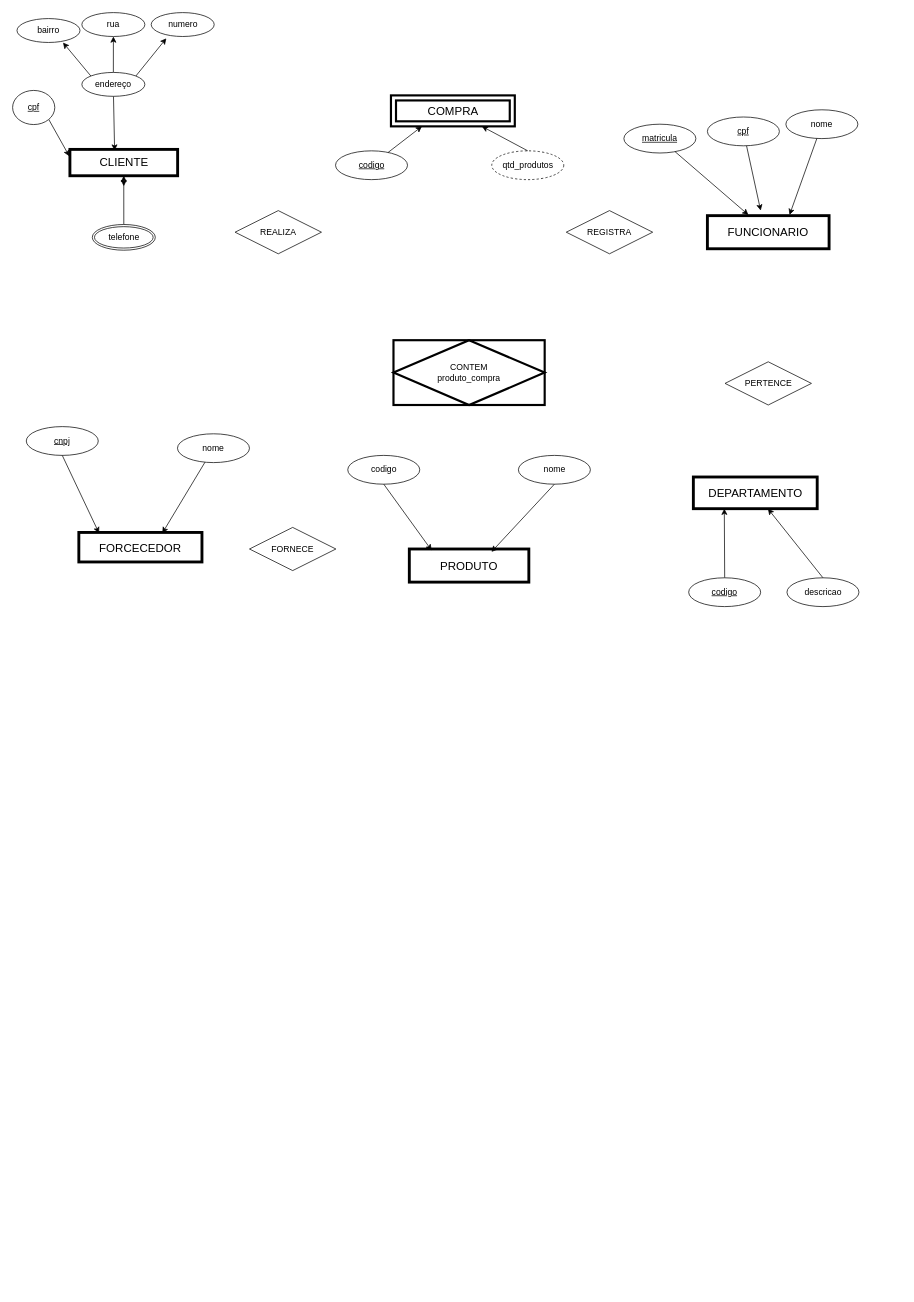
Before: primeiro.drawio in RaquelFranco1/SUA-IDADE, a draw.io diagram. Source tidied: cells renumbered, new cells numbered last; positions are measured from the earlier drawing's top-left corner, leaving out a move shared by most shapes. Both pictures are drawn from the tidied source at 72%, with x=0, y=0 at pixel (12, 12).
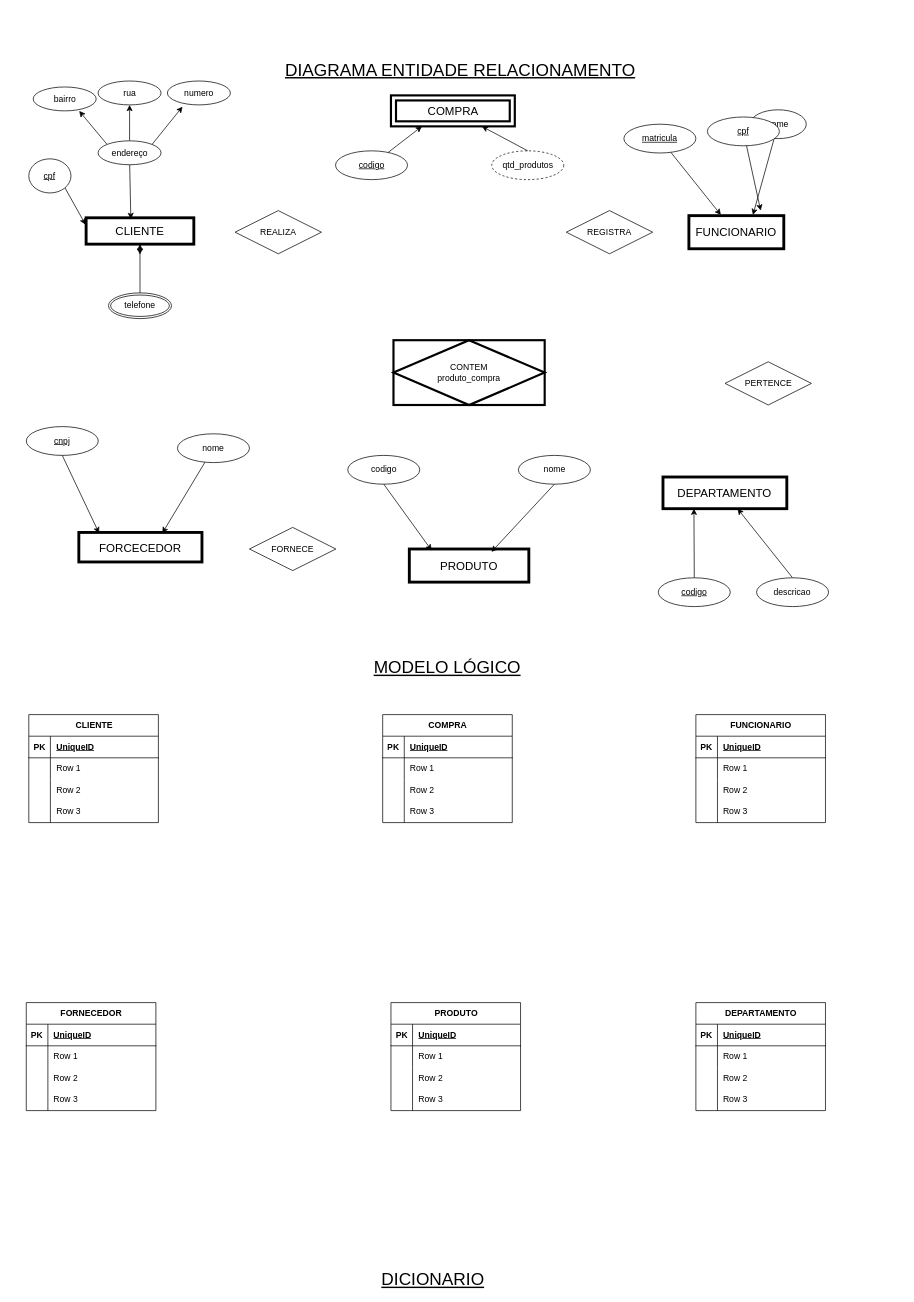
The same page after the edit.

What changed in the source:
```diff
@@
     <mxCell id="3" style="group;" parent="1" vertex="1">
-      <mxGeometry width="306.5" height="330" as="geometry" />
+      <mxGeometry x="22.5" y="95" width="306.5" height="330" as="geometry" />
     </mxCell>
@@
     <mxCell id="30" style="group;" parent="1" vertex="1">
-      <mxGeometry x="939" y="167" width="295" height="276" as="geometry" />
+      <mxGeometry x="919" y="167" width="230" height="276" as="geometry" />
     </mxCell>
     <mxCell id="31" value="FUNCIONARIO" style="whiteSpace=wrap;html=1;align=center;fontSize=16;strokeWidth=4;" parent="30" vertex="1">
-      <mxGeometry x="26" y="115" width="169" height="46" as="geometry" />
+      <mxGeometry x="20.3" y="115" width="131.8" height="46" as="geometry" />
     </mxCell>
     <mxCell id="32" value="nome" style="ellipse;whiteSpace=wrap;html=1;align=center;" parent="30" vertex="1">
-      <mxGeometry x="135" y="-32" width="100" height="40" as="geometry" />
+      <mxGeometry x="105.3" y="-32" width="78" height="40" as="geometry" />
     </mxCell>
@@
     <mxCell id="40" style="group;" parent="1" vertex="1">
-      <mxGeometry x="939" y="625" width="236.5" height="200" as="geometry" />
+      <mxGeometry x="896.8" y="625" width="236.5" height="200" as="geometry" />
     </mxCell>
@@
+    <mxCell id="54" value="&lt;font style=&quot;vertical-align: inherit; font-size: 24px;&quot;&gt;&lt;font style=&quot;vertical-align: inherit; font-size: 24px;&quot;&gt;DIAGRAMA ENTIDADE RELACIONAMENTO&lt;/font&gt;&lt;/font&gt;" style="text;html=1;strokeColor=none;fillColor=none;align=center;verticalAlign=middle;whiteSpace=wrap;rounded=0;fontSize=24;fontStyle=4;" parent="1" vertex="1">
+      <mxGeometry x="346.8" y="65" width="550" height="30" as="geometry" />
+    </mxCell>
+    <mxCell id="55" value="&lt;font style=&quot;vertical-align: inherit; font-size: 24px;&quot;&gt;&lt;font style=&quot;vertical-align: inherit; font-size: 24px;&quot;&gt;MODELO LÓGICO&lt;/font&gt;&lt;/font&gt;" style="text;html=1;strokeColor=none;fillColor=none;align=center;verticalAlign=middle;whiteSpace=wrap;rounded=0;fontSize=24;fontStyle=4;" parent="1" vertex="1">
+      <mxGeometry x="329" y="895" width="550" height="30" as="geometry" />
+    </mxCell>
+    <mxCell id="56" value="&lt;font style=&quot;vertical-align: inherit; font-size: 24px;&quot;&gt;&lt;font style=&quot;vertical-align: inherit; font-size: 24px;&quot;&gt;DICIONARIO&lt;/font&gt;&lt;/font&gt;" style="text;html=1;strokeColor=none;fillColor=none;align=center;verticalAlign=middle;whiteSpace=wrap;rounded=0;fontSize=24;fontStyle=4;" parent="1" vertex="1">
+      <mxGeometry x="309" y="1745" width="550" height="30" as="geometry" />
+    </mxCell>
+    <mxCell id="57" value="COMPRA" style="shape=table;startSize=30;childLayout=tableLayout;rowLines=0;fontStyle=1;align=center;html=1;" parent="1" vertex="1">
+      <mxGeometry x="514" y="975" width="180" height="150" as="geometry" />
+    </mxCell>
+    <mxCell id="58" style="shape=tableRow;horizontal=0;startSize=0;swimlaneHead=0;swimlaneBody=0;fillColor=none;top=0;left=0;right=0;bottom=1;" parent="57" vertex="1">
+      <mxGeometry y="30" width="180" height="30" as="geometry" />
+    </mxCell>
+    <mxCell id="59" value="PK" style="shape=partialRectangle;fillColor=none;top=0;left=0;bottom=0;right=0;fontStyle=1;overflow=hidden;whiteSpace=wrap;html=1;" parent="58" vertex="1">
+      <mxGeometry width="30" height="30" as="geometry" />
+    </mxCell>
+    <mxCell id="60" value="UniqueID" style="shape=partialRectangle;fillColor=none;top=0;left=0;bottom=0;right=0;align=left;spacingLeft=6;fontStyle=5;overflow=hidden;whiteSpace=wrap;html=1;" parent="58" vertex="1">
+      <mxGeometry x="30" width="150" height="30" as="geometry" />
+    </mxCell>
+    <mxCell id="61" style="shape=tableRow;horizontal=0;startSize=0;swimlaneHead=0;swimlaneBody=0;fillColor=none;top=0;left=0;right=0;bottom=0;" parent="57" vertex="1">
+      <mxGeometry y="60" width="180" height="30" as="geometry" />
+    </mxCell>
+    <mxCell id="62" style="shape=partialRectangle;fillColor=none;top=0;left=0;bottom=0;right=0;overflow=hidden;whiteSpace=wrap;html=1;" parent="61" vertex="1">
+      <mxGeometry width="30" height="30" as="geometry" />
+    </mxCell>
+    <mxCell id="63" value="Row 1" style="shape=partialRectangle;fillColor=none;top=0;left=0;bottom=0;right=0;align=left;spacingLeft=6;overflow=hidden;whiteSpace=wrap;html=1;" parent="61" vertex="1">
+      <mxGeometry x="30" width="150" height="30" as="geometry" />
+    </mxCell>
+    <mxCell id="64" style="shape=tableRow;horizontal=0;startSize=0;swimlaneHead=0;swimlaneBody=0;fillColor=none;top=0;left=0;right=0;bottom=0;" parent="57" vertex="1">
+      <mxGeometry y="90" width="180" height="30" as="geometry" />
+    </mxCell>
+    <mxCell id="65" style="shape=partialRectangle;fillColor=none;top=0;left=0;bottom=0;right=0;overflow=hidden;whiteSpace=wrap;html=1;" parent="64" vertex="1">
+      <mxGeometry width="30" height="30" as="geometry" />
+    </mxCell>
+    <mxCell id="66" value="Row 2" style="shape=partialRectangle;fillColor=none;top=0;left=0;bottom=0;right=0;align=left;spacingLeft=6;overflow=hidden;whiteSpace=wrap;html=1;" parent="64" vertex="1">
+      <mxGeometry x="30" width="150" height="30" as="geometry" />
+    </mxCell>
+    <mxCell id="67" style="shape=tableRow;horizontal=0;startSize=0;swimlaneHead=0;swimlaneBody=0;fillColor=none;top=0;left=0;right=0;bottom=0;" parent="57" vertex="1">
+      <mxGeometry y="120" width="180" height="30" as="geometry" />
+    </mxCell>
+    <mxCell id="68" style="shape=partialRectangle;fillColor=none;top=0;left=0;bottom=0;right=0;overflow=hidden;whiteSpace=wrap;html=1;" parent="67" vertex="1">
+      <mxGeometry width="30" height="30" as="geometry" />
+    </mxCell>
+    <mxCell id="69" value="Row 3" style="shape=partialRectangle;fillColor=none;top=0;left=0;bottom=0;right=0;align=left;spacingLeft=6;overflow=hidden;whiteSpace=wrap;html=1;" parent="67" vertex="1">
+      <mxGeometry x="30" width="150" height="30" as="geometry" />
+    </mxCell>
+    <mxCell id="70" value="PRODUTO" style="shape=table;startSize=30;childLayout=tableLayout;rowLines=0;fontStyle=1;align=center;html=1;" parent="1" vertex="1">
+      <mxGeometry x="525.5" y="1375" width="180" height="150" as="geometry" />
+    </mxCell>
+    <mxCell id="71" style="shape=tableRow;horizontal=0;startSize=0;swimlaneHead=0;swimlaneBody=0;fillColor=none;top=0;left=0;right=0;bottom=1;" parent="70" vertex="1">
+      <mxGeometry y="30" width="180" height="30" as="geometry" />
+    </mxCell>
+    <mxCell id="72" value="PK" style="shape=partialRectangle;fillColor=none;top=0;left=0;bottom=0;right=0;fontStyle=1;overflow=hidden;whiteSpace=wrap;html=1;" parent="71" vertex="1">
+      <mxGeometry width="30" height="30" as="geometry" />
+    </mxCell>
+    <mxCell id="73" value="UniqueID" style="shape=partialRectangle;fillColor=none;top=0;left=0;bottom=0;right=0;align=left;spacingLeft=6;fontStyle=5;overflow=hidden;whiteSpace=wrap;html=1;" parent="71" vertex="1">
+      <mxGeometry x="30" width="150" height="30" as="geometry" />
+    </mxCell>
+    <mxCell id="74" style="shape=tableRow;horizontal=0;startSize=0;swimlaneHead=0;swimlaneBody=0;fillColor=none;top=0;left=0;right=0;bottom=0;" parent="70" vertex="1">
+      <mxGeometry y="60" width="180" height="30" as="geometry" />
+    </mxCell>
+    <mxCell id="75" style="shape=partialRectangle;fillColor=none;top=0;left=0;bottom=0;right=0;overflow=hidden;whiteSpace=wrap;html=1;" parent="74" vertex="1">
+      <mxGeometry width="30" height="30" as="geometry" />
+    </mxCell>
+    <mxCell id="76" value="Row 1" style="shape=partialRectangle;fillColor=none;top=0;left=0;bottom=0;right=0;align=left;spacingLeft=6;overflow=hidden;whiteSpace=wrap;html=1;" parent="74" vertex="1">
+      <mxGeometry x="30" width="150" height="30" as="geometry" />
+    </mxCell>
+    <mxCell id="77" style="shape=tableRow;horizontal=0;startSize=0;swimlaneHead=0;swimlaneBody=0;fillColor=none;top=0;left=0;right=0;bottom=0;" parent="70" vertex="1">
+      <mxGeometry y="90" width="180" height="30" as="geometry" />
+    </mxCell>
+    <mxCell id="78" style="shape=partialRectangle;fillColor=none;top=0;left=0;bottom=0;right=0;overflow=hidden;whiteSpace=wrap;html=1;" parent="77" vertex="1">
+      <mxGeometry width="30" height="30" as="geometry" />
+    </mxCell>
+    <mxCell id="79" value="Row 2" style="shape=partialRectangle;fillColor=none;top=0;left=0;bottom=0;right=0;align=left;spacingLeft=6;overflow=hidden;whiteSpace=wrap;html=1;" parent="77" vertex="1">
+      <mxGeometry x="30" width="150" height="30" as="geometry" />
+    </mxCell>
+    <mxCell id="80" style="shape=tableRow;horizontal=0;startSize=0;swimlaneHead=0;swimlaneBody=0;fillColor=none;top=0;left=0;right=0;bottom=0;" parent="70" vertex="1">
+      <mxGeometry y="120" width="180" height="30" as="geometry" />
+    </mxCell>
+    <mxCell id="81" style="shape=partialRectangle;fillColor=none;top=0;left=0;bottom=0;right=0;overflow=hidden;whiteSpace=wrap;html=1;" parent="80" vertex="1">
+      <mxGeometry width="30" height="30" as="geometry" />
+    </mxCell>
+    <mxCell id="82" value="Row 3" style="shape=partialRectangle;fillColor=none;top=0;left=0;bottom=0;right=0;align=left;spacingLeft=6;overflow=hidden;whiteSpace=wrap;html=1;" parent="80" vertex="1">
+      <mxGeometry x="30" width="150" height="30" as="geometry" />
+    </mxCell>
+    <mxCell id="83" value="FUNCIONARIO" style="shape=table;startSize=30;childLayout=tableLayout;rowLines=0;fontStyle=1;align=center;html=1;" parent="1" vertex="1">
+      <mxGeometry x="949" y="975" width="180" height="150" as="geometry" />
+    </mxCell>
+    <mxCell id="84" style="shape=tableRow;horizontal=0;startSize=0;swimlaneHead=0;swimlaneBody=0;fillColor=none;top=0;left=0;right=0;bottom=1;" parent="83" vertex="1">
+      <mxGeometry y="30" width="180" height="30" as="geometry" />
+    </mxCell>
+    <mxCell id="85" value="PK" style="shape=partialRectangle;fillColor=none;top=0;left=0;bottom=0;right=0;fontStyle=1;overflow=hidden;whiteSpace=wrap;html=1;" parent="84" vertex="1">
+      <mxGeometry width="30" height="30" as="geometry" />
+    </mxCell>
+    <mxCell id="86" value="UniqueID" style="shape=partialRectangle;fillColor=none;top=0;left=0;bottom=0;right=0;align=left;spacingLeft=6;fontStyle=5;overflow=hidden;whiteSpace=wrap;html=1;" parent="84" vertex="1">
+      <mxGeometry x="30" width="150" height="30" as="geometry" />
+    </mxCell>
+    <mxCell id="87" style="shape=tableRow;horizontal=0;startSize=0;swimlaneHead=0;swimlaneBody=0;fillColor=none;top=0;left=0;right=0;bottom=0;" parent="83" vertex="1">
+      <mxGeometry y="60" width="180" height="30" as="geometry" />
+    </mxCell>
+    <mxCell id="88" style="shape=partialRectangle;fillColor=none;top=0;left=0;bottom=0;right=0;overflow=hidden;whiteSpace=wrap;html=1;" parent="87" vertex="1">
+      <mxGeometry width="30" height="30" as="geometry" />
+    </mxCell>
+    <mxCell id="89" value="Row 1" style="shape=partialRectangle;fillColor=none;top=0;left=0;bottom=0;right=0;align=left;spacingLeft=6;overflow=hidden;whiteSpace=wrap;html=1;" parent="87" vertex="1">
+      <mxGeometry x="30" width="150" height="30" as="geometry" />
+    </mxCell>
+    <mxCell id="90" style="shape=tableRow;horizontal=0;startSize=0;swimlaneHead=0;swimlaneBody=0;fillColor=none;top=0;left=0;right=0;bottom=0;" parent="83" vertex="1">
+      <mxGeometry y="90" width="180" height="30" as="geometry" />
+    </mxCell>
+    <mxCell id="91" style="shape=partialRectangle;fillColor=none;top=0;left=0;bottom=0;right=0;overflow=hidden;whiteSpace=wrap;html=1;" parent="90" vertex="1">
+      <mxGeometry width="30" height="30" as="geometry" />
+    </mxCell>
+    <mxCell id="92" value="Row 2" style="shape=partialRectangle;fillColor=none;top=0;left=0;bottom=0;right=0;align=left;spacingLeft=6;overflow=hidden;whiteSpace=wrap;html=1;" parent="90" vertex="1">
+      <mxGeometry x="30" width="150" height="30" as="geometry" />
+    </mxCell>
+    <mxCell id="93" style="shape=tableRow;horizontal=0;startSize=0;swimlaneHead=0;swimlaneBody=0;fillColor=none;top=0;left=0;right=0;bottom=0;" parent="83" vertex="1">
+      <mxGeometry y="120" width="180" height="30" as="geometry" />
+    </mxCell>
+    <mxCell id="94" style="shape=partialRectangle;fillColor=none;top=0;left=0;bottom=0;right=0;overflow=hidden;whiteSpace=wrap;html=1;" parent="93" vertex="1">
+      <mxGeometry width="30" height="30" as="geometry" />
+    </mxCell>
+    <mxCell id="95" value="Row 3" style="shape=partialRectangle;fillColor=none;top=0;left=0;bottom=0;right=0;align=left;spacingLeft=6;overflow=hidden;whiteSpace=wrap;html=1;" parent="93" vertex="1">
+      <mxGeometry x="30" width="150" height="30" as="geometry" />
+    </mxCell>
+    <mxCell id="96" value="CLIENTE" style="shape=table;startSize=30;childLayout=tableLayout;rowLines=0;fontStyle=1;align=center;html=1;" parent="1" vertex="1">
+      <mxGeometry x="22.5" y="975" width="180" height="150" as="geometry" />
+    </mxCell>
+    <mxCell id="97" style="shape=tableRow;horizontal=0;startSize=0;swimlaneHead=0;swimlaneBody=0;fillColor=none;top=0;left=0;right=0;bottom=1;" parent="96" vertex="1">
+      <mxGeometry y="30" width="180" height="30" as="geometry" />
+    </mxCell>
+    <mxCell id="98" value="PK" style="shape=partialRectangle;fillColor=none;top=0;left=0;bottom=0;right=0;fontStyle=1;overflow=hidden;whiteSpace=wrap;html=1;" parent="97" vertex="1">
+      <mxGeometry width="30" height="30" as="geometry" />
+    </mxCell>
+    <mxCell id="99" value="UniqueID" style="shape=partialRectangle;fillColor=none;top=0;left=0;bottom=0;right=0;align=left;spacingLeft=6;fontStyle=5;overflow=hidden;whiteSpace=wrap;html=1;" parent="97" vertex="1">
+      <mxGeometry x="30" width="150" height="30" as="geometry" />
+    </mxCell>
+    <mxCell id="100" style="shape=tableRow;horizontal=0;startSize=0;swimlaneHead=0;swimlaneBody=0;fillColor=none;top=0;left=0;right=0;bottom=0;" parent="96" vertex="1">
+      <mxGeometry y="60" width="180" height="30" as="geometry" />
+    </mxCell>
+    <mxCell id="101" style="shape=partialRectangle;fillColor=none;top=0;left=0;bottom=0;right=0;overflow=hidden;whiteSpace=wrap;html=1;" parent="100" vertex="1">
+      <mxGeometry width="30" height="30" as="geometry" />
+    </mxCell>
+    <mxCell id="102" value="Row 1" style="shape=partialRectangle;fillColor=none;top=0;left=0;bottom=0;right=0;align=left;spacingLeft=6;overflow=hidden;whiteSpace=wrap;html=1;" parent="100" vertex="1">
+      <mxGeometry x="30" width="150" height="30" as="geometry" />
+    </mxCell>
+    <mxCell id="103" style="shape=tableRow;horizontal=0;startSize=0;swimlaneHead=0;swimlaneBody=0;fillColor=none;top=0;left=0;right=0;bottom=0;" parent="96" vertex="1">
+      <mxGeometry y="90" width="180" height="30" as="geometry" />
+    </mxCell>
+    <mxCell id="104" style="shape=partialRectangle;fillColor=none;top=0;left=0;bottom=0;right=0;overflow=hidden;whiteSpace=wrap;html=1;" parent="103" vertex="1">
+      <mxGeometry width="30" height="30" as="geometry" />
+    </mxCell>
+    <mxCell id="105" value="Row 2" style="shape=partialRectangle;fillColor=none;top=0;left=0;bottom=0;right=0;align=left;spacingLeft=6;overflow=hidden;whiteSpace=wrap;html=1;" parent="103" vertex="1">
+      <mxGeometry x="30" width="150" height="30" as="geometry" />
+    </mxCell>
+    <mxCell id="106" style="shape=tableRow;horizontal=0;startSize=0;swimlaneHead=0;swimlaneBody=0;fillColor=none;top=0;left=0;right=0;bottom=0;" parent="96" vertex="1">
+      <mxGeometry y="120" width="180" height="30" as="geometry" />
+    </mxCell>
+    <mxCell id="107" style="shape=partialRectangle;fillColor=none;top=0;left=0;bottom=0;right=0;overflow=hidden;whiteSpace=wrap;html=1;" parent="106" vertex="1">
+      <mxGeometry width="30" height="30" as="geometry" />
+    </mxCell>
+    <mxCell id="108" value="Row 3" style="shape=partialRectangle;fillColor=none;top=0;left=0;bottom=0;right=0;align=left;spacingLeft=6;overflow=hidden;whiteSpace=wrap;html=1;" parent="106" vertex="1">
+      <mxGeometry x="30" width="150" height="30" as="geometry" />
+    </mxCell>
+    <mxCell id="109" value="DEPARTAMENTO" style="shape=table;startSize=30;childLayout=tableLayout;rowLines=0;fontStyle=1;align=center;html=1;" parent="1" vertex="1">
+      <mxGeometry x="949" y="1375" width="180" height="150" as="geometry" />
+    </mxCell>
+    <mxCell id="110" style="shape=tableRow;horizontal=0;startSize=0;swimlaneHead=0;swimlaneBody=0;fillColor=none;top=0;left=0;right=0;bottom=1;" parent="109" vertex="1">
+      <mxGeometry y="30" width="180" height="30" as="geometry" />
+    </mxCell>
+    <mxCell id="111" value="PK" style="shape=partialRectangle;fillColor=none;top=0;left=0;bottom=0;right=0;fontStyle=1;overflow=hidden;whiteSpace=wrap;html=1;" parent="110" vertex="1">
+      <mxGeometry width="30" height="30" as="geometry" />
+    </mxCell>
+    <mxCell id="112" value="UniqueID" style="shape=partialRectangle;fillColor=none;top=0;left=0;bottom=0;right=0;align=left;spacingLeft=6;fontStyle=5;overflow=hidden;whiteSpace=wrap;html=1;" parent="110" vertex="1">
+      <mxGeometry x="30" width="150" height="30" as="geometry" />
+    </mxCell>
+    <mxCell id="113" style="shape=tableRow;horizontal=0;startSize=0;swimlaneHead=0;swimlaneBody=0;fillColor=none;top=0;left=0;right=0;bottom=0;" parent="109" vertex="1">
+      <mxGeometry y="60" width="180" height="30" as="geometry" />
+    </mxCell>
+    <mxCell id="114" style="shape=partialRectangle;fillColor=none;top=0;left=0;bottom=0;right=0;overflow=hidden;whiteSpace=wrap;html=1;" parent="113" vertex="1">
+      <mxGeometry width="30" height="30" as="geometry" />
+    </mxCell>
+    <mxCell id="115" value="Row 1" style="shape=partialRectangle;fillColor=none;top=0;left=0;bottom=0;right=0;align=left;spacingLeft=6;overflow=hidden;whiteSpace=wrap;html=1;" parent="113" vertex="1">
+      <mxGeometry x="30" width="150" height="30" as="geometry" />
+    </mxCell>
+    <mxCell id="116" style="shape=tableRow;horizontal=0;startSize=0;swimlaneHead=0;swimlaneBody=0;fillColor=none;top=0;left=0;right=0;bottom=0;" parent="109" vertex="1">
+      <mxGeometry y="90" width="180" height="30" as="geometry" />
+    </mxCell>
+    <mxCell id="117" style="shape=partialRectangle;fillColor=none;top=0;left=0;bottom=0;right=0;overflow=hidden;whiteSpace=wrap;html=1;" parent="116" vertex="1">
+      <mxGeometry width="30" height="30" as="geometry" />
+    </mxCell>
+    <mxCell id="118" value="Row 2" style="shape=partialRectangle;fillColor=none;top=0;left=0;bottom=0;right=0;align=left;spacingLeft=6;overflow=hidden;whiteSpace=wrap;html=1;" parent="116" vertex="1">
+      <mxGeometry x="30" width="150" height="30" as="geometry" />
+    </mxCell>
+    <mxCell id="119" style="shape=tableRow;horizontal=0;startSize=0;swimlaneHead=0;swimlaneBody=0;fillColor=none;top=0;left=0;right=0;bottom=0;" parent="109" vertex="1">
+      <mxGeometry y="120" width="180" height="30" as="geometry" />
+    </mxCell>
+    <mxCell id="120" style="shape=partialRectangle;fillColor=none;top=0;left=0;bottom=0;right=0;overflow=hidden;whiteSpace=wrap;html=1;" parent="119" vertex="1">
+      <mxGeometry width="30" height="30" as="geometry" />
+    </mxCell>
+    <mxCell id="121" value="Row 3" style="shape=partialRectangle;fillColor=none;top=0;left=0;bottom=0;right=0;align=left;spacingLeft=6;overflow=hidden;whiteSpace=wrap;html=1;" parent="119" vertex="1">
+      <mxGeometry x="30" width="150" height="30" as="geometry" />
+    </mxCell>
+    <mxCell id="122" value="FORNECEDOR" style="shape=table;startSize=30;childLayout=tableLayout;rowLines=0;fontStyle=1;align=center;html=1;" parent="1" vertex="1">
+      <mxGeometry x="19" y="1375" width="180" height="150" as="geometry" />
+    </mxCell>
+    <mxCell id="123" style="shape=tableRow;horizontal=0;startSize=0;swimlaneHead=0;swimlaneBody=0;fillColor=none;top=0;left=0;right=0;bottom=1;" parent="122" vertex="1">
+      <mxGeometry y="30" width="180" height="30" as="geometry" />
+    </mxCell>
+    <mxCell id="124" value="PK" style="shape=partialRectangle;fillColor=none;top=0;left=0;bottom=0;right=0;fontStyle=1;overflow=hidden;whiteSpace=wrap;html=1;" parent="123" vertex="1">
+      <mxGeometry width="30" height="30" as="geometry" />
+    </mxCell>
+    <mxCell id="125" value="UniqueID" style="shape=partialRectangle;fillColor=none;top=0;left=0;bottom=0;right=0;align=left;spacingLeft=6;fontStyle=5;overflow=hidden;whiteSpace=wrap;html=1;" parent="123" vertex="1">
+      <mxGeometry x="30" width="150" height="30" as="geometry" />
+    </mxCell>
+    <mxCell id="126" style="shape=tableRow;horizontal=0;startSize=0;swimlaneHead=0;swimlaneBody=0;fillColor=none;top=0;left=0;right=0;bottom=0;" parent="122" vertex="1">
+      <mxGeometry y="60" width="180" height="30" as="geometry" />
+    </mxCell>
+    <mxCell id="127" style="shape=partialRectangle;fillColor=none;top=0;left=0;bottom=0;right=0;overflow=hidden;whiteSpace=wrap;html=1;" parent="126" vertex="1">
+      <mxGeometry width="30" height="30" as="geometry" />
+    </mxCell>
+    <mxCell id="128" value="Row 1" style="shape=partialRectangle;fillColor=none;top=0;left=0;bottom=0;right=0;align=left;spacingLeft=6;overflow=hidden;whiteSpace=wrap;html=1;" parent="126" vertex="1">
+      <mxGeometry x="30" width="150" height="30" as="geometry" />
+    </mxCell>
+    <mxCell id="129" style="shape=tableRow;horizontal=0;startSize=0;swimlaneHead=0;swimlaneBody=0;fillColor=none;top=0;left=0;right=0;bottom=0;" parent="122" vertex="1">
+      <mxGeometry y="90" width="180" height="30" as="geometry" />
+    </mxCell>
+    <mxCell id="130" style="shape=partialRectangle;fillColor=none;top=0;left=0;bottom=0;right=0;overflow=hidden;whiteSpace=wrap;html=1;" parent="129" vertex="1">
+      <mxGeometry width="30" height="30" as="geometry" />
+    </mxCell>
+    <mxCell id="131" value="Row 2" style="shape=partialRectangle;fillColor=none;top=0;left=0;bottom=0;right=0;align=left;spacingLeft=6;overflow=hidden;whiteSpace=wrap;html=1;" parent="129" vertex="1">
+      <mxGeometry x="30" width="150" height="30" as="geometry" />
+    </mxCell>
+    <mxCell id="132" style="shape=tableRow;horizontal=0;startSize=0;swimlaneHead=0;swimlaneBody=0;fillColor=none;top=0;left=0;right=0;bottom=0;" parent="122" vertex="1">
+      <mxGeometry y="120" width="180" height="30" as="geometry" />
+    </mxCell>
+    <mxCell id="133" style="shape=partialRectangle;fillColor=none;top=0;left=0;bottom=0;right=0;overflow=hidden;whiteSpace=wrap;html=1;" parent="132" vertex="1">
+      <mxGeometry width="30" height="30" as="geometry" />
+    </mxCell>
+    <mxCell id="134" value="Row 3" style="shape=partialRectangle;fillColor=none;top=0;left=0;bottom=0;right=0;align=left;spacingLeft=6;overflow=hidden;whiteSpace=wrap;html=1;" parent="132" vertex="1">
+      <mxGeometry x="30" width="150" height="30" as="geometry" />
+    </mxCell>
```
